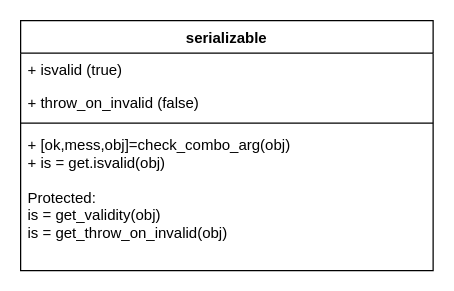
This is page "validation_interface" (2 of 2) of documentation/diagrams/Serializable_validity.drawio from pace-neutrons/Horace, a draw.io file, before an edit. Source tidied: cells renumbered, new cells numbered last; positions are measured from the earlier drawing's top-left corner, leaving out a move shared by most shapes. Both pictures are drawn from the tidied source at 125%, with x=0, y=0 at pixel (20, 20).
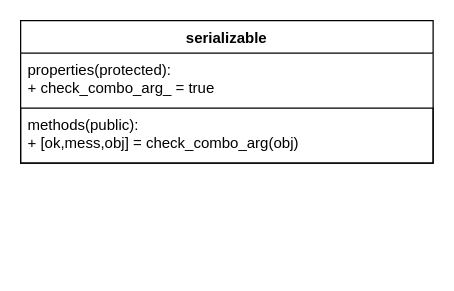
After the change.

What changed in the source:
```diff
@@
 <mxGraphModel>
   <root>
     <mxCell id="0" />
     <mxCell id="1" parent="0" />
     <mxCell id="2" value="serializable" style="swimlane;fontStyle=1;align=center;verticalAlign=top;horizontal=1;startSize=26;" parent="1" vertex="1">
-      <mxGeometry width="330" height="200" as="geometry" />
+      <mxGeometry width="330" height="114" as="geometry" />
     </mxCell>
-    <mxCell id="3" value="+ isvalid (true)&#10;" style="text;strokeColor=none;fillColor=none;align=left;verticalAlign=top;spacingLeft=4;spacingRight=4;overflow=hidden;" parent="2" vertex="1">
-      <mxGeometry y="26" width="330" height="26" as="geometry" />
+    <mxCell id="3" value="properties(protected):&#10;+ check_combo_arg_ = true&#10;&#10;" style="text;strokeColor=none;fillColor=none;align=left;verticalAlign=top;spacingLeft=4;spacingRight=4;overflow=hidden;" parent="2" vertex="1">
+      <mxGeometry y="26" width="330" height="44" as="geometry" />
     </mxCell>
-    <mxCell id="4" value="+ throw_on_invalid (false)&#10;" style="text;strokeColor=none;fillColor=none;align=left;verticalAlign=top;spacingLeft=4;spacingRight=4;overflow=hidden;" parent="2" vertex="1">
-      <mxGeometry y="52" width="330" height="26" as="geometry" />
-    </mxCell>
-    <mxCell id="5" style="line;strokeWidth=1;fillColor=none;align=left;verticalAlign=middle;spacingTop=-1;spacingLeft=3;spacingRight=3;labelPosition=right;" parent="2" vertex="1">
-      <mxGeometry y="78" width="330" height="8" as="geometry" />
-    </mxCell>
-    <mxCell id="6" value="+ [ok,mess,obj]=check_combo_arg(obj)&#10;+ is = get.isvalid(obj)&#10;&#10;Protected:&#10;is = get_validity(obj)&#10;is = get_throw_on_invalid(obj)&#10;&#10;&#10;&#10;&#10;&#10;" style="text;strokeColor=none;fillColor=none;align=left;verticalAlign=top;spacingLeft=4;spacingRight=4;overflow=hidden;" parent="2" vertex="1">
-      <mxGeometry y="86" width="330" height="114" as="geometry" />
-    </mxCell>
+    <mxCell id="7" value="methods(public):&#10;+ [ok,mess,obj] = check_combo_arg(obj)&#10;&#10;" style="text;fillColor=none;align=left;verticalAlign=top;spacingLeft=4;spacingRight=4;overflow=hidden;strokeColor=#000000;" parent="2" vertex="1">
+      <mxGeometry y="70" width="330" height="44" as="geometry" />
+    </mxCell>
   </root>
 </mxGraphModel>
```
